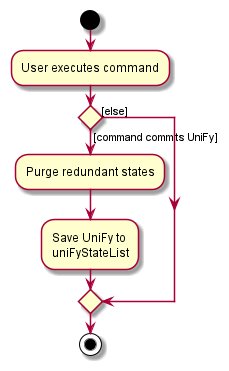
The PlantUML diagram docs/images/CommitActivityDiagram.png in nus-cs2103-AY2122S1/tp, before a commit.
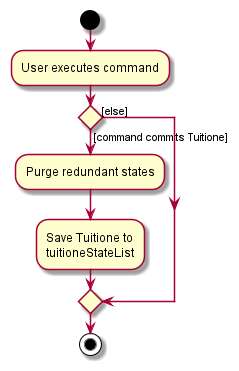
After the commit.

The edit, as a diff of the source:
```diff
@@ -3,10 +3,10 @@
 :User executes command;
 
 
-if () then ([command commits UniFy])
+if () then ([command commits Tuitione])
     :Purge redundant states;
-    :Save UniFy to
-    uniFyStateList;
+    :Save Tuitione to
+    tuitioneStateList;
 else ([else])
 endif
 stop
```
